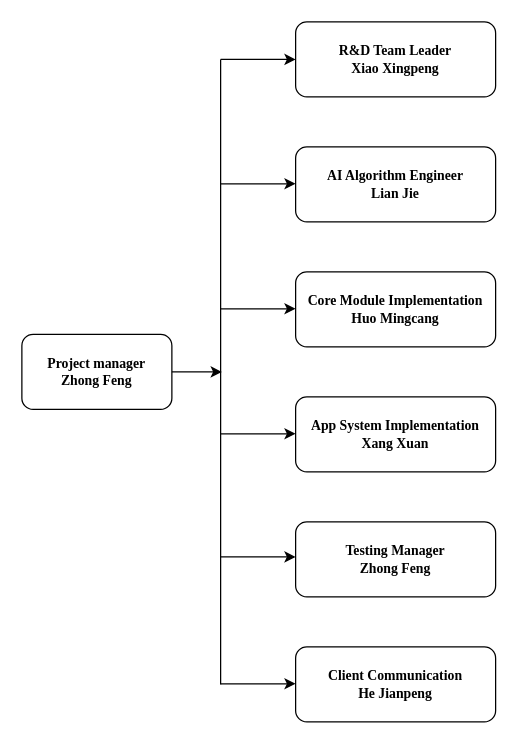
Above: parlimentTeam.drawio in frankyzf/drawio (draw.io), before the change. Source tidied: cells renumbered, new cells numbered last; positions are measured from the earlier drawing's top-left corner, leaving out a move shared by most shapes. Both pictures are drawn from the tidied source at 125%, with x=0, y=0 at pixel (21, 21).
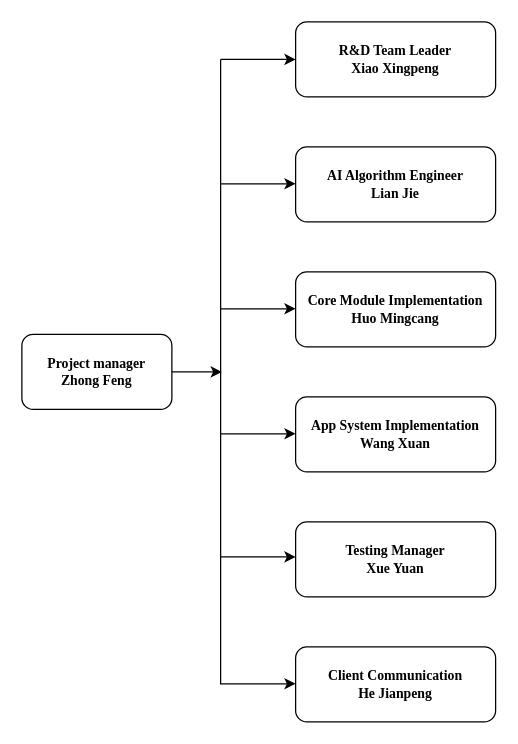
The same page after the edit.

What changed in the source:
```diff
@@
-    <mxCell id="6" value="App System Implementation&lt;br style=&quot;font-size: 11px;&quot;&gt;Xang Xuan" style="rounded=1;whiteSpace=wrap;html=1;fontFamily=Times New Roman;fontStyle=1;fontSize=11;" parent="1" vertex="1">
+    <mxCell id="6" value="App System Implementation&lt;br style=&quot;font-size: 11px&quot;&gt;Wang Xuan" style="rounded=1;whiteSpace=wrap;html=1;fontFamily=Times New Roman;fontStyle=1;fontSize=11;" parent="1" vertex="1">
       <mxGeometry x="219" y="300" width="160" height="60" as="geometry" />
     </mxCell>
-    <mxCell id="7" value="Testing Manager&lt;br style=&quot;font-size: 11px;&quot;&gt;Zhong Feng" style="rounded=1;whiteSpace=wrap;html=1;fontFamily=Times New Roman;fontStyle=1;fontSize=11;" parent="1" vertex="1">
+    <mxCell id="7" value="Testing Manager&lt;br style=&quot;font-size: 11px&quot;&gt;Xue Yuan" style="rounded=1;whiteSpace=wrap;html=1;fontFamily=Times New Roman;fontStyle=1;fontSize=11;" parent="1" vertex="1">
       <mxGeometry x="219" y="400" width="160" height="60" as="geometry" />
     </mxCell>
```
